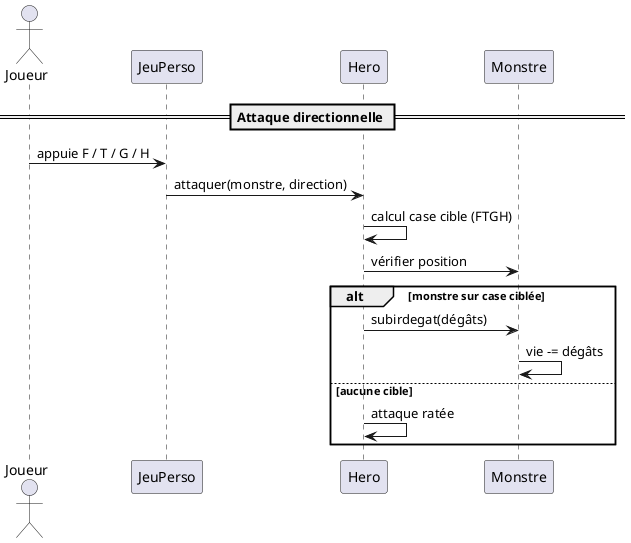
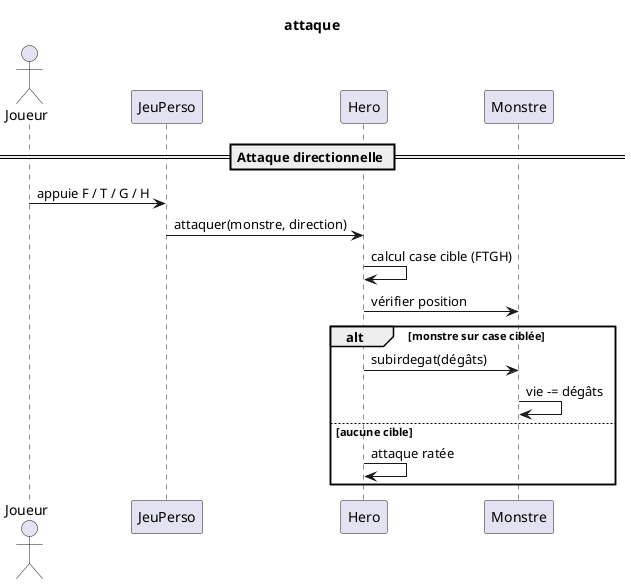
@startuml
- 
+ title attaque
actor Joueur

participant JeuPerso
participant Hero
participant Monstre

== Attaque directionnelle ==

Joueur -> JeuPerso : appuie F / T / G / H

JeuPerso -> Hero : attaquer(monstre, direction)

Hero -> Hero : calcul case cible (FTGH)

Hero -> Monstre : vérifier position

alt monstre sur case ciblée
    Hero -> Monstre : subirdegat(dégâts)
    Monstre -> Monstre : vie -= dégâts
else aucune cible
    Hero -> Hero : attaque ratée
end

@enduml